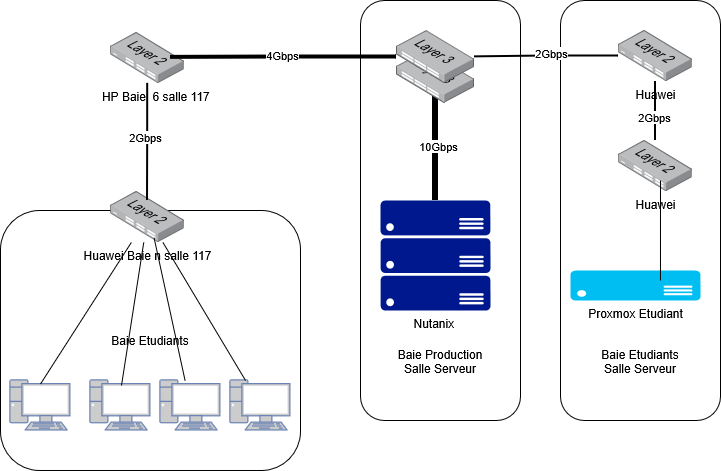
Earlier version of the draw.io export docs/medias/infrastructure/infra_sisr.drawio.png (lmeryFulbert/SportLudique2025-2026). Source tidied: cells renumbered, new cells last; positions are measured from the earlier drawing's top-left corner, leaving out a move shared by most shapes. Source of this version:
```xml
<mxGraphModel>
  <root>
    <mxCell id="0" />
    <mxCell id="1" parent="0" />
    <mxCell id="2" value="&lt;div&gt;&lt;br&gt;&lt;/div&gt;&lt;div&gt;&lt;br&gt;&lt;/div&gt;&lt;div&gt;&lt;br&gt;&lt;/div&gt;&lt;div&gt;&lt;br&gt;&lt;/div&gt;&lt;div&gt;&lt;br&gt;&lt;/div&gt;&lt;div&gt;&lt;br&gt;&lt;/div&gt;&lt;div&gt;&lt;br&gt;&lt;/div&gt;&lt;div&gt;&lt;br&gt;&lt;/div&gt;&lt;div&gt;&lt;br&gt;&lt;/div&gt;&lt;div&gt;&lt;br&gt;&lt;/div&gt;&lt;div&gt;&lt;br&gt;&lt;/div&gt;&lt;div&gt;&lt;br&gt;&lt;/div&gt;&lt;div&gt;&lt;br&gt;&lt;/div&gt;&lt;div&gt;&lt;br&gt;&lt;/div&gt;&lt;div&gt;&lt;br&gt;&lt;/div&gt;&lt;div&gt;&lt;br&gt;&lt;/div&gt;&lt;div&gt;&lt;br&gt;&lt;/div&gt;&lt;div&gt;&lt;br&gt;&lt;/div&gt;&lt;div&gt;&lt;br&gt;&lt;/div&gt;&lt;div&gt;&lt;br&gt;&lt;/div&gt;&lt;div&gt;&lt;br&gt;&lt;/div&gt;&lt;div&gt;Baie Etudiants&lt;br&gt;Salle Serveur&lt;/div&gt;" style="rounded=1;whiteSpace=wrap;html=1;" parent="1" vertex="1">
      <mxGeometry x="560" width="160" height="420" as="geometry" />
    </mxCell>
    <mxCell id="3" value="&lt;div&gt;&lt;br&gt;&lt;/div&gt;&lt;div&gt;&lt;br&gt;&lt;/div&gt;&lt;div&gt;&lt;br&gt;&lt;/div&gt;&lt;div&gt;&lt;br&gt;&lt;/div&gt;&lt;div&gt;&lt;br&gt;&lt;/div&gt;&lt;div&gt;&lt;br&gt;&lt;/div&gt;&lt;div&gt;&lt;br&gt;&lt;/div&gt;&lt;div&gt;&lt;br&gt;&lt;/div&gt;&lt;div&gt;&lt;br&gt;&lt;/div&gt;&lt;div&gt;&lt;br&gt;&lt;/div&gt;&lt;div&gt;&lt;br&gt;&lt;/div&gt;&lt;div&gt;&lt;br&gt;&lt;/div&gt;&lt;div&gt;&lt;br&gt;&lt;/div&gt;&lt;div&gt;&lt;br&gt;&lt;/div&gt;&lt;div&gt;&lt;br&gt;&lt;/div&gt;&lt;div&gt;&lt;br&gt;&lt;/div&gt;&lt;div&gt;&lt;br&gt;&lt;/div&gt;&lt;div&gt;&lt;br&gt;&lt;/div&gt;&lt;div&gt;&lt;br&gt;&lt;/div&gt;&lt;div&gt;&lt;br&gt;&lt;/div&gt;&lt;div&gt;&lt;br&gt;&lt;/div&gt;&lt;div&gt;Baie Production&lt;/div&gt;Salle Serveur" style="rounded=1;whiteSpace=wrap;html=1;" parent="1" vertex="1">
      <mxGeometry x="360" width="160" height="420" as="geometry" />
    </mxCell>
    <mxCell id="4" value="Baie Etudiants" style="rounded=1;whiteSpace=wrap;html=1;" parent="1" vertex="1">
      <mxGeometry y="210" width="300" height="260" as="geometry" />
    </mxCell>
    <mxCell id="5" style="edgeStyle=orthogonalEdgeStyle;rounded=0;jettySize=auto;html=1;strokeWidth=6;endArrow=none;endFill=0;" parent="1" edge="1" source="7" target="17">
      <mxGeometry relative="1" as="geometry" />
    </mxCell>
    <mxCell id="6" value="10Gbps" style="edgeLabel;html=1;align=center;verticalAlign=middle;" parent="5" vertex="1">
      <mxGeometry x="-0.06" y="-2" relative="1" as="geometry" />
    </mxCell>
    <mxCell id="7" value="Nutanix&amp;nbsp;" style="sketch=0;shadow=0;dashed=0;html=1;strokeColor=none;labelPosition=center;verticalLabelPosition=bottom;verticalAlign=top;align=center;fillColor=#00188D;shape=mxgraph.azure.server_rack;" parent="1" vertex="1">
      <mxGeometry x="380" y="200" width="110" height="110" as="geometry" />
    </mxCell>
    <mxCell id="8" value="Proxmox Etudiant" style="verticalLabelPosition=bottom;html=1;verticalAlign=top;align=center;strokeColor=none;fillColor=#00BEF2;shape=mxgraph.azure.server;" parent="1" vertex="1">
      <mxGeometry x="570" y="270" width="130" height="30" as="geometry" />
    </mxCell>
    <mxCell id="9" style="edgeStyle=orthogonalEdgeStyle;rounded=0;jettySize=auto;html=1;endArrow=none;endFill=0;strokeWidth=2;" parent="1" edge="1" source="11" target="17">
      <mxGeometry relative="1" as="geometry" />
    </mxCell>
    <mxCell id="10" value="2Gbps" style="edgeLabel;html=1;align=center;verticalAlign=middle;" parent="9" vertex="1">
      <mxGeometry x="-0.07" y="-3" relative="1" as="geometry" />
    </mxCell>
    <mxCell id="11" value="Huawei" style="image;points=[];html=1;align=center;shadow=0;dashed=0;image=img/lib/allied_telesis/switch/Switch_24_port_L2.svg;" parent="1" vertex="1">
      <mxGeometry x="617.8" y="30" width="74.4" height="51" as="geometry" />
    </mxCell>
    <mxCell id="12" value="Huawei" style="image;points=[];html=1;align=center;shadow=0;dashed=0;image=img/lib/allied_telesis/switch/Switch_24_port_L2.svg;" parent="1" vertex="1">
      <mxGeometry x="617.8" y="140" width="74.4" height="51" as="geometry" />
    </mxCell>
    <mxCell id="13" style="endArrow=none;html=1;rounded=0;exitX=0.692;exitY=0.333;exitDx=0;exitDy=0;exitPerimeter=0;" parent="1" edge="1" source="8">
      <mxGeometry relative="1" as="geometry">
        <mxPoint x="660" y="180" as="targetPoint" />
      </mxGeometry>
    </mxCell>
    <mxCell id="14" style="endArrow=none;html=1;rounded=0;strokeWidth=2;" parent="1" edge="1" source="12" target="11">
      <mxGeometry relative="1" as="geometry" />
    </mxCell>
    <mxCell id="15" value="2Gbps" style="edgeLabel;html=1;align=center;verticalAlign=middle;" parent="14" vertex="1">
      <mxGeometry x="-0.19" y="2" relative="1" as="geometry" />
    </mxCell>
    <mxCell id="16" style="image;html=1;align=center;shadow=0;dashed=0;image=img/lib/allied_telesis/switch/Switch_48_port_L3.svg;" parent="1" vertex="1">
      <mxGeometry x="396" y="50" width="78" height="52.8" as="geometry" />
    </mxCell>
    <mxCell id="17" style="image;points=[];html=1;align=center;shadow=0;dashed=0;image=img/lib/allied_telesis/switch/Switch_48_port_L3.svg;" parent="1" vertex="1">
      <mxGeometry x="396" y="30" width="78" height="52.8" as="geometry" />
    </mxCell>
    <mxCell id="18" value="&amp;nbsp; &amp;nbsp; &amp;nbsp;HP Baie&amp;nbsp; 6 salle 117" style="image;points=[];html=1;align=center;shadow=0;dashed=0;image=img/lib/allied_telesis/switch/Switch_24_port_L2.svg;" parent="1" vertex="1">
      <mxGeometry x="110" y="31.8" width="74.4" height="51" as="geometry" />
    </mxCell>
    <mxCell id="19" value="Huawei Baie n salle 117" style="image;points=[];html=1;align=center;shadow=0;dashed=0;image=img/lib/allied_telesis/switch/Switch_24_port_L2.svg;" parent="1" vertex="1">
      <mxGeometry x="110" y="191" width="74.4" height="51" as="geometry" />
    </mxCell>
    <mxCell id="20" style="edgeStyle=orthogonalEdgeStyle;rounded=0;jettySize=auto;html=1;endArrow=none;endFill=0;strokeWidth=4;" parent="1" edge="1" source="17">
      <mxGeometry relative="1" as="geometry">
        <mxPoint x="170" y="56.8" as="targetPoint" />
      </mxGeometry>
    </mxCell>
    <mxCell id="21" value="4Gbps" style="edgeLabel;html=1;align=center;verticalAlign=middle;" parent="20" vertex="1">
      <mxGeometry x="0.01" y="-2" relative="1" as="geometry" />
    </mxCell>
    <mxCell id="22" style="edgeStyle=orthogonalEdgeStyle;rounded=0;jettySize=auto;html=1;endArrow=none;endFill=0;strokeWidth=2;" parent="1" edge="1" source="18">
      <mxGeometry relative="1" as="geometry">
        <mxPoint x="147" y="200" as="targetPoint" />
      </mxGeometry>
    </mxCell>
    <mxCell id="23" value="2Gbps" style="edgeLabel;html=1;align=center;verticalAlign=middle;" parent="22" vertex="1">
      <mxGeometry x="-0.07" y="-3" relative="1" as="geometry" />
    </mxCell>
    <mxCell id="24" style="fontColor=#0066CC;verticalAlign=top;verticalLabelPosition=bottom;labelPosition=center;align=center;html=1;outlineConnect=0;fillColor=#CCCCCC;strokeColor=#6881B3;gradientColor=none;gradientDirection=north;strokeWidth=2;shape=mxgraph.networks.pc;" parent="1" vertex="1">
      <mxGeometry x="10" y="380" width="60" height="50" as="geometry" />
    </mxCell>
    <mxCell id="25" style="fontColor=#0066CC;verticalAlign=top;verticalLabelPosition=bottom;labelPosition=center;align=center;html=1;fillColor=#CCCCCC;strokeColor=#6881B3;gradientColor=none;gradientDirection=north;strokeWidth=2;shape=mxgraph.networks.pc;" parent="1" vertex="1">
      <mxGeometry x="90" y="380" width="60" height="50" as="geometry" />
    </mxCell>
    <mxCell id="26" style="fontColor=#0066CC;verticalAlign=top;verticalLabelPosition=bottom;labelPosition=center;align=center;html=1;outlineConnect=0;fillColor=#CCCCCC;strokeColor=#6881B3;gradientColor=none;gradientDirection=north;strokeWidth=2;shape=mxgraph.networks.pc;" parent="1" vertex="1">
      <mxGeometry x="160" y="380" width="60" height="50" as="geometry" />
    </mxCell>
    <mxCell id="27" style="fontColor=#0066CC;verticalAlign=top;verticalLabelPosition=bottom;labelPosition=center;align=center;html=1;outlineConnect=0;fillColor=#CCCCCC;strokeColor=#6881B3;gradientColor=none;gradientDirection=north;strokeWidth=2;shape=mxgraph.networks.pc;" parent="1" vertex="1">
      <mxGeometry x="230" y="380" width="60" height="50" as="geometry" />
    </mxCell>
    <mxCell id="28" style="endArrow=none;html=1;rounded=0;exitX=0.5;exitY=0.07;exitDx=0;exitDy=0;exitPerimeter=0;" parent="1" edge="1" source="24" target="19">
      <mxGeometry relative="1" as="geometry" />
    </mxCell>
    <mxCell id="29" style="endArrow=none;html=1;rounded=0;" parent="1" edge="1" source="27" target="19">
      <mxGeometry relative="1" as="geometry" />
    </mxCell>
    <mxCell id="30" style="endArrow=none;html=1;rounded=0;entryX=0.586;entryY=0.91;entryDx=0;entryDy=0;entryPerimeter=0;" parent="1" edge="1" source="26" target="19">
      <mxGeometry relative="1" as="geometry" />
    </mxCell>
    <mxCell id="31" style="endArrow=none;html=1;rounded=0;" parent="1" edge="1" target="19">
      <mxGeometry relative="1" as="geometry">
        <mxPoint x="121" y="385" as="sourcePoint" />
      </mxGeometry>
    </mxCell>
  </root>
</mxGraphModel>
```
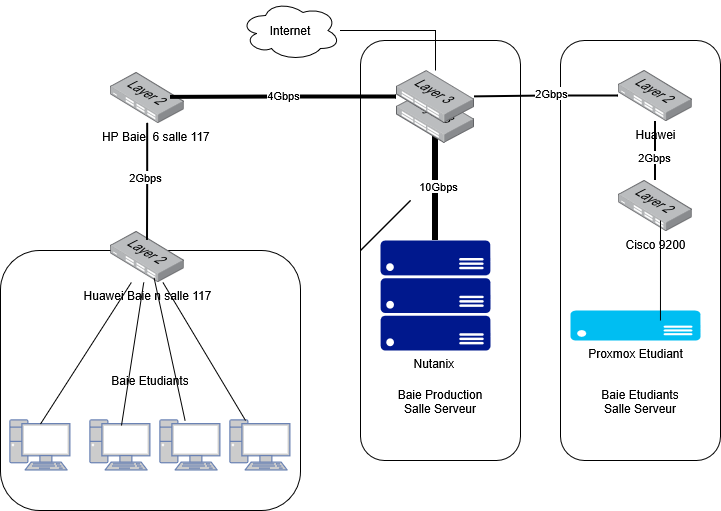
The same file after the commit.

What changed in the source:
```diff
@@ -32,7 +32,7 @@
     <mxCell id="11" value="Huawei" style="image;points=[];html=1;align=center;shadow=0;dashed=0;image=img/lib/allied_telesis/switch/Switch_24_port_L2.svg;" parent="1" vertex="1">
       <mxGeometry x="617.8" y="30" width="74.4" height="51" as="geometry" />
     </mxCell>
-    <mxCell id="12" value="Huawei" style="image;points=[];html=1;align=center;shadow=0;dashed=0;image=img/lib/allied_telesis/switch/Switch_24_port_L2.svg;" parent="1" vertex="1">
+    <mxCell id="12" value="Cisco 9200" style="image;points=[];html=1;align=center;shadow=0;dashed=0;image=img/lib/allied_telesis/switch/Switch_24_port_L2.svg;" parent="1" vertex="1">
       <mxGeometry x="617.8" y="140" width="74.4" height="51" as="geometry" />
     </mxCell>
     <mxCell id="13" style="endArrow=none;html=1;rounded=0;exitX=0.692;exitY=0.333;exitDx=0;exitDy=0;exitPerimeter=0;" parent="1" edge="1" source="8">
@@ -100,5 +100,23 @@
         <mxPoint x="121" y="385" as="sourcePoint" />
       </mxGeometry>
     </mxCell>
+    <mxCell id="32" style="edgeStyle=orthogonalEdgeStyle;rounded=0;jettySize=auto;html=1;endArrow=none;endFill=0;" parent="1" edge="1" source="33" target="17">
+      <mxGeometry relative="1" as="geometry" />
+    </mxCell>
+    <mxCell id="33" value="Internet" style="ellipse;shape=cloud;whiteSpace=wrap;html=1;align=center;" parent="1" vertex="1">
+      <mxGeometry x="240" y="-40" width="100" height="60" as="geometry" />
+    </mxCell>
+    <mxCell id="34" style="endArrow=none;html=1;rounded=0;" parent="1" edge="1">
+      <mxGeometry relative="1" as="geometry">
+        <mxPoint x="360" y="210" as="sourcePoint" />
+        <mxPoint x="410" y="160" as="targetPoint" />
+      </mxGeometry>
+    </mxCell>
+    <mxCell id="35" style="endArrow=none;html=1;rounded=0;" parent="1" edge="1">
+      <mxGeometry relative="1" as="geometry">
+        <mxPoint x="360" y="210" as="sourcePoint" />
+        <mxPoint x="410" y="160" as="targetPoint" />
+      </mxGeometry>
+    </mxCell>
   </root>
 </mxGraphModel>
```
